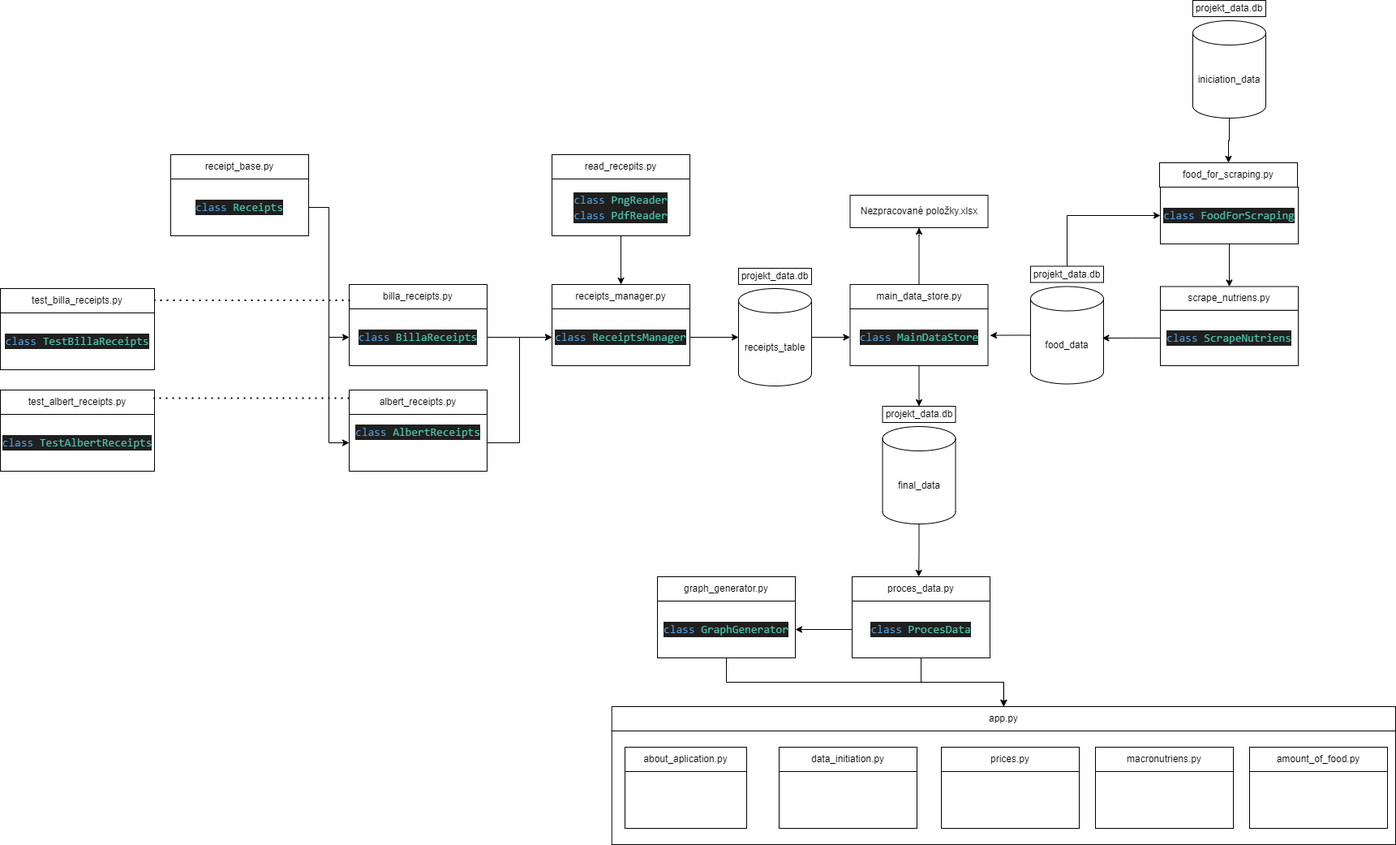
Before: architecture/architecture.png, a diagram exported from draw.io (DavidProthon/ReceiptNutriTracker). Source tidied: cells renumbered, new cells last; positions are measured from the earlier drawing's top-left corner, leaving out a move shared by most shapes.
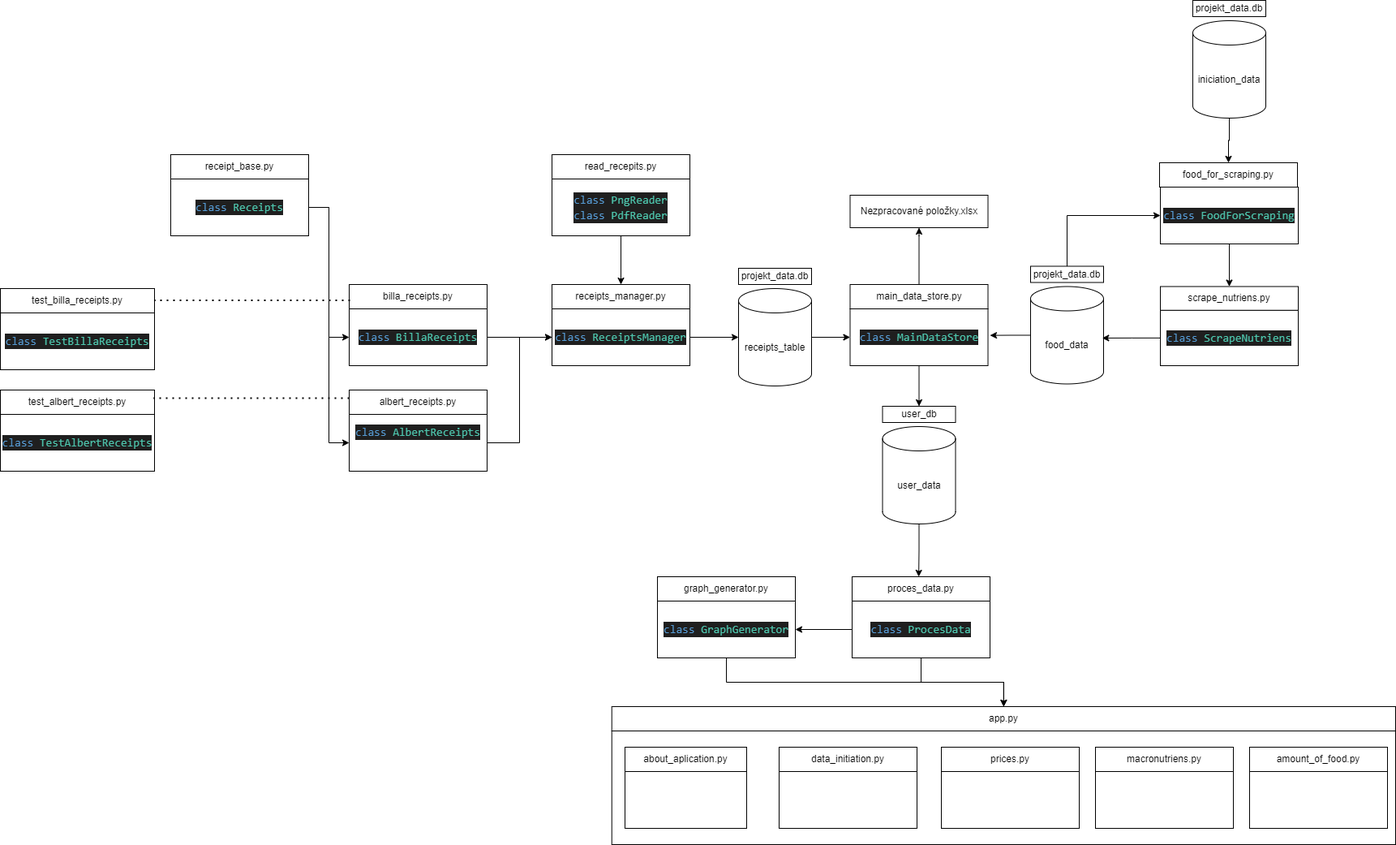
The same file after the commit.

Commit message:
change of final data to user data

What changed in the source:
```diff
@@ -175,10 +175,10 @@
         <mxPoint x="1132.1" y="710" as="targetPoint" />
       </mxGeometry>
     </mxCell>
-    <mxCell id="55" value="final_data" style="shape=cylinder3;whiteSpace=wrap;html=1;boundedLbl=1;backgroundOutline=1;size=15;" parent="1" vertex="1">
+    <mxCell id="55" value="user_data" style="shape=cylinder3;whiteSpace=wrap;html=1;boundedLbl=1;backgroundOutline=1;size=15;" parent="1" vertex="1">
       <mxGeometry x="1087.5" y="525" width="90" height="120" as="geometry" />
     </mxCell>
-    <mxCell id="56" value="projekt_data.db" style="whiteSpace=wrap;html=1;" parent="1" vertex="1">
+    <mxCell id="56" value="user_db" style="whiteSpace=wrap;html=1;" parent="1" vertex="1">
       <mxGeometry x="1087.5" y="500" width="90" height="20" as="geometry" />
     </mxCell>
     <mxCell id="57" style="edgeStyle=orthogonalEdgeStyle;rounded=0;jettySize=auto;html=1;exitX=0.5;exitY=1;exitDx=0;exitDy=0;entryX=0.5;entryY=0;entryDx=0;entryDy=0;" parent="1" edge="1" source="33" target="56">
```
